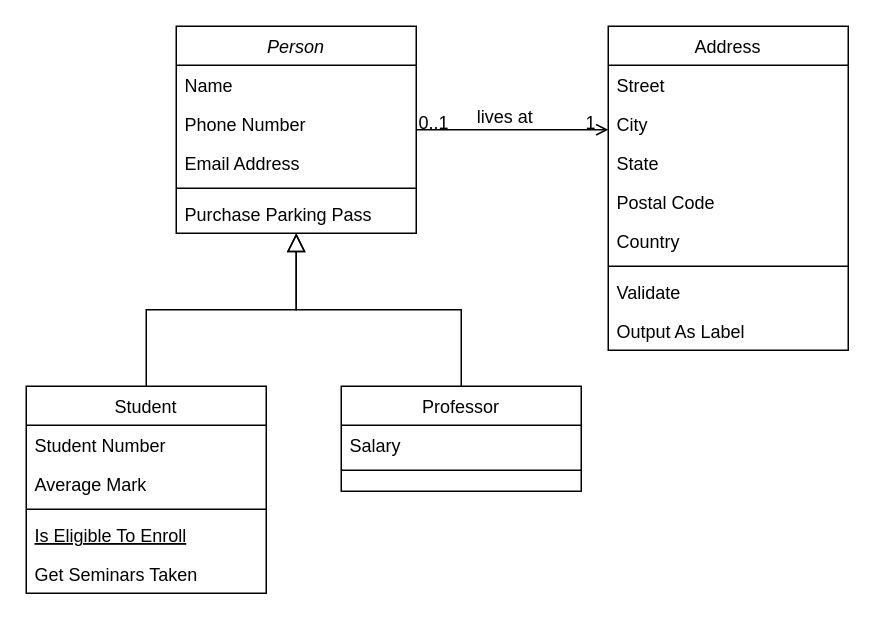
Above: Sports Team.drawio in davecheng-tech/ICS4U-Class-Relationships-Example (draw.io), before the change. Source tidied: cells renumbered, new cells numbered last; positions are measured from the earlier drawing's top-left corner, leaving out a move shared by most shapes. Both pictures are drawn from the tidied source at 150%, with x=0, y=0 at pixel (26, 26).
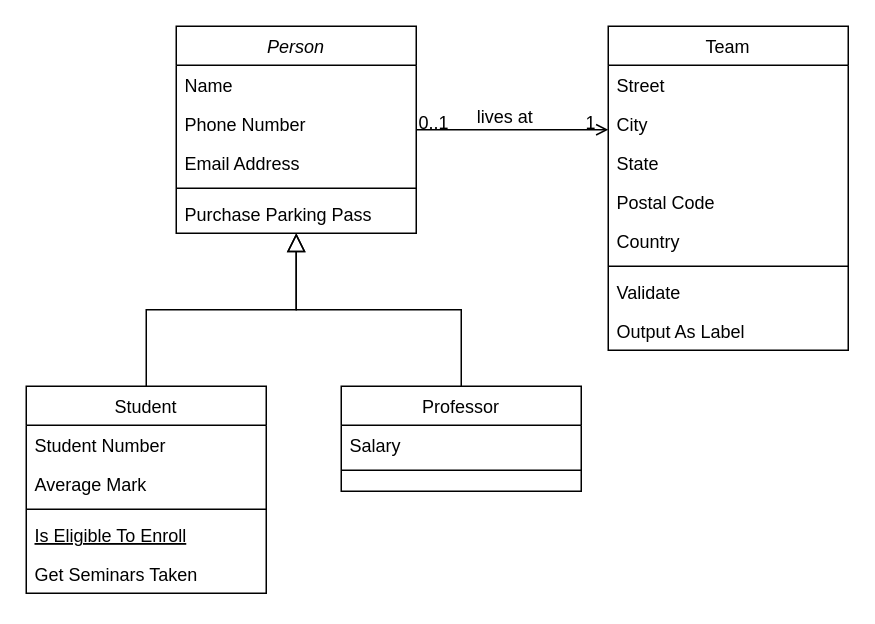
The same diagram, later.

Diff of the diagram source:
```diff
@@
-    <mxCell id="19" value="Address" style="swimlane;fontStyle=0;align=center;verticalAlign=top;horizontal=1;startSize=26;rounded=0;shadow=0;strokeWidth=1;" parent="1" vertex="1">
+    <mxCell id="19" value="Team" style="swimlane;fontStyle=0;align=center;verticalAlign=top;horizontal=1;startSize=26;rounded=0;shadow=0;strokeWidth=1;" parent="1" vertex="1">
       <mxGeometry x="388" width="160" height="216" as="geometry" />
     </mxCell>
```
